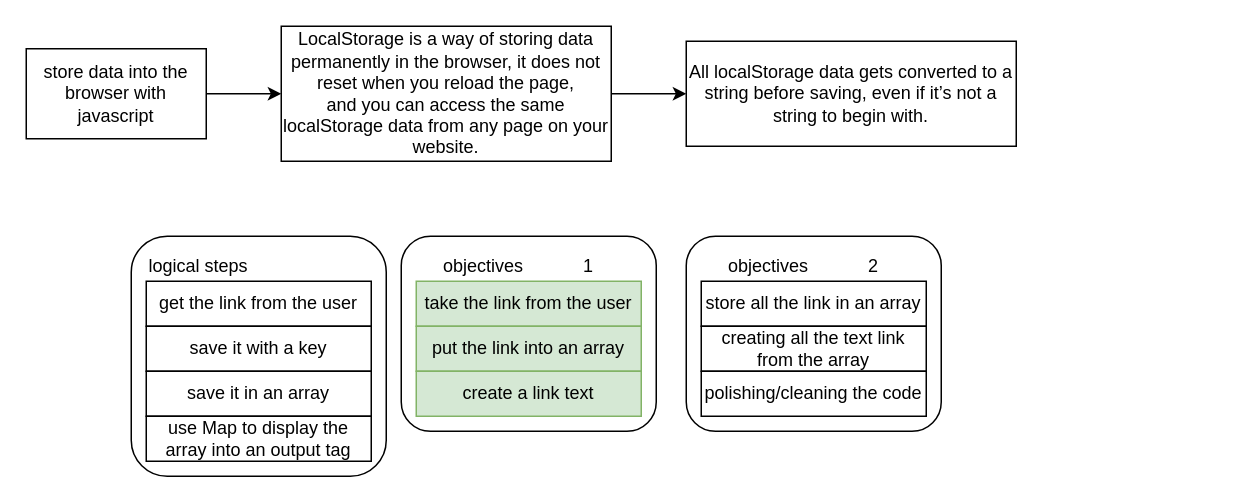
Above: data_storage.drawio in gabrieleboccarusso/startpage (draw.io), before the change. Source tidied: cells renumbered, new cells numbered last; positions are measured from the earlier drawing's top-left corner, leaving out a move shared by most shapes. Both pictures are drawn from the tidied source at 150%, with x=0, y=0 at pixel (26, 26).
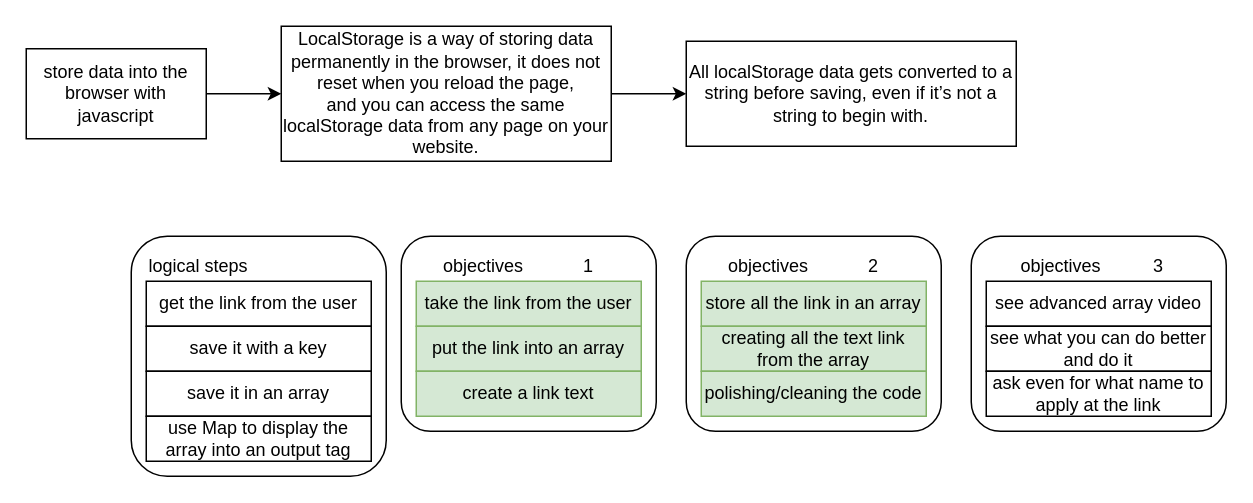
Above is the later version.

Commit message (it also covers changes not shown here):
first functioning version of the behaviour of the array

The edit, as a diff of the source:
```diff
@@
-    <mxCell id="21" value="store all the link in an array" style="rounded=0;whiteSpace=wrap;html=1;" parent="1" vertex="1">
+    <mxCell id="21" value="store all the link in an array" style="rounded=0;whiteSpace=wrap;html=1;fillColor=#d5e8d4;strokeColor=#82b366;" parent="1" vertex="1">
       <mxGeometry x="450" y="170" width="150" height="30" as="geometry" />
     </mxCell>
@@
-    <mxCell id="23" value="creating all the text link from the array" style="rounded=0;whiteSpace=wrap;html=1;" parent="1" vertex="1">
+    <mxCell id="23" value="creating all the text link from the array" style="rounded=0;whiteSpace=wrap;html=1;fillColor=#d5e8d4;strokeColor=#82b366;" parent="1" vertex="1">
       <mxGeometry x="450" y="200" width="150" height="30" as="geometry" />
     </mxCell>
-    <mxCell id="24" value="polishing/cleaning the code" style="rounded=0;whiteSpace=wrap;html=1;" parent="1" vertex="1">
+    <mxCell id="24" value="polishing/cleaning the code" style="rounded=0;whiteSpace=wrap;html=1;fillColor=#d5e8d4;strokeColor=#82b366;" parent="1" vertex="1">
       <mxGeometry x="450" y="230" width="150" height="30" as="geometry" />
     </mxCell>
+    <mxCell id="25" style="rounded=1;whiteSpace=wrap;html=1;" parent="1" vertex="1">
+      <mxGeometry x="630" y="140" width="170" height="130" as="geometry" />
+    </mxCell>
+    <mxCell id="26" value="objectives" style="text;html=1;strokeColor=none;fillColor=none;align=center;verticalAlign=middle;whiteSpace=wrap;rounded=0;" parent="1" vertex="1">
+      <mxGeometry x="650" y="150" width="80" height="20" as="geometry" />
+    </mxCell>
+    <mxCell id="27" value="see advanced array video" style="rounded=0;whiteSpace=wrap;html=1;" parent="1" vertex="1">
+      <mxGeometry x="640" y="170" width="150" height="30" as="geometry" />
+    </mxCell>
+    <mxCell id="28" value="3" style="text;html=1;strokeColor=none;fillColor=none;align=center;verticalAlign=middle;whiteSpace=wrap;rounded=0;" parent="1" vertex="1">
+      <mxGeometry x="720" y="150" width="70" height="20" as="geometry" />
+    </mxCell>
+    <mxCell id="29" value="see what you can do better and do it" style="rounded=0;whiteSpace=wrap;html=1;" parent="1" vertex="1">
+      <mxGeometry x="640" y="200" width="150" height="30" as="geometry" />
+    </mxCell>
+    <mxCell id="30" value="ask even for what name to apply at the link" style="rounded=0;whiteSpace=wrap;html=1;" parent="1" vertex="1">
+      <mxGeometry x="640" y="230" width="150" height="30" as="geometry" />
+    </mxCell>
```
